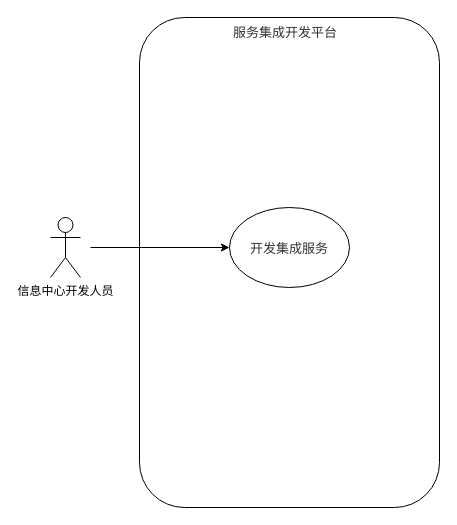
Above: page "第 1 页" (1 of 2) of 未命名绘图.drawio in ing0928/FlowChart (draw.io), before the change. Source tidied: cells renumbered, new cells numbered last; positions are measured from the earlier drawing's top-left corner, leaving out a move shared by most shapes. Both pictures are drawn from the tidied source at 100%, with x=0, y=0 at pixel (50, 17).
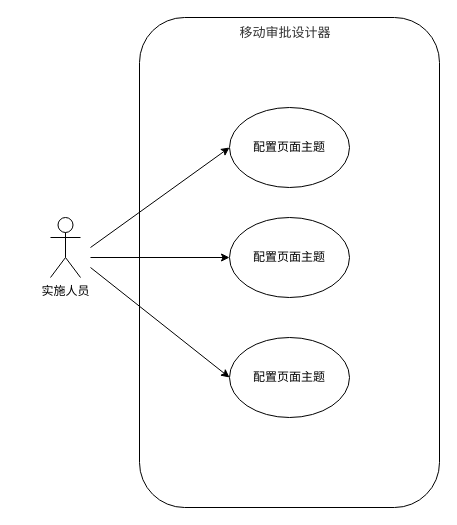
After the change.

Commit message:
移动审批格式支持新主题.drawio

Diff of the diagram source:
```diff
@@
 <mxGraphModel>
   <root>
     <mxCell id="0" />
     <mxCell id="1" parent="0" />
-    <mxCell id="2" value="信息中心开发人员" style="shape=umlActor;verticalLabelPosition=bottom;verticalAlign=top;html=1;" parent="1" vertex="1">
+    <mxCell id="2" value="实施人员" style="shape=umlActor;verticalLabelPosition=bottom;verticalAlign=top;html=1;" parent="1" vertex="1">
       <mxGeometry y="200" width="30" height="60" as="geometry" />
     </mxCell>
     <mxCell id="3" style="rounded=1;whiteSpace=wrap;html=1;" parent="1" vertex="1">
       <mxGeometry x="89" width="300" height="490" as="geometry" />
     </mxCell>
-    <mxCell id="4" value="&#10;&lt;span style=&quot;color: rgb(50, 50, 50); font-family: &amp;quot;Microsoft YaHei&amp;quot;, 微软雅黑, Arial; font-size: 13px; font-style: normal; font-variant-ligatures: normal; font-variant-caps: normal; font-weight: 400; letter-spacing: normal; orphans: 2; text-align: center; text-indent: 0px; text-transform: none; widows: 2; word-spacing: 0px; -webkit-text-stroke-width: 0px; white-space: normal; background-color: rgba(255, 255, 255, 0.01); text-decoration-thickness: initial; text-decoration-style: initial; text-decoration-color: initial; display: inline !important; float: none;&quot;&gt;开发集成服务&lt;/span&gt;&#10;&#10;" style="ellipse;whiteSpace=wrap;html=1;verticalAlign=bottom;" parent="1" vertex="1">
-      <mxGeometry x="179" y="190" width="120" height="80" as="geometry" />
+    <mxCell id="4" value="配置页面主题" style="ellipse;whiteSpace=wrap;html=1;verticalAlign=middle;horizontal=1;" parent="1" vertex="1">
+      <mxGeometry x="179" y="90" width="120" height="80" as="geometry" />
     </mxCell>
-    <mxCell id="5" style="endArrow=classic;html=1;rounded=0;" parent="1" edge="1" target="4">
+    <mxCell id="5" style="endArrow=classic;html=1;rounded=0;entryX=0;entryY=0.5;entryDx=0;entryDy=0;" parent="1" edge="1" target="4">
       <mxGeometry relative="1" as="geometry">
         <mxPoint x="40" y="230" as="sourcePoint" />
       </mxGeometry>
     </mxCell>
-    <mxCell id="6" value="&lt;span style=&quot;color: rgb(50, 50, 50); font-family: &amp;quot;Microsoft YaHei&amp;quot;, 微软雅黑, Arial; font-size: 13px; font-style: normal; font-variant-ligatures: normal; font-variant-caps: normal; font-weight: 400; letter-spacing: normal; orphans: 2; text-indent: 0px; text-transform: none; widows: 2; word-spacing: 0px; -webkit-text-stroke-width: 0px; white-space: normal; background-color: rgba(255, 255, 255, 0.01); text-decoration-thickness: initial; text-decoration-style: initial; text-decoration-color: initial; float: none; display: inline !important;&quot;&gt;服务集成开发平台&lt;/span&gt;" style="text;whiteSpace=wrap;html=1;verticalAlign=middle;align=center;" parent="1" vertex="1">
+    <mxCell id="6" value="&lt;span style=&quot;color: rgb(50, 50, 50); font-family: &amp;quot;Microsoft YaHei&amp;quot;, 微软雅黑, Arial; font-size: 13px; font-style: normal; font-variant-ligatures: normal; font-variant-caps: normal; font-weight: 400; letter-spacing: normal; orphans: 2; text-indent: 0px; text-transform: none; widows: 2; word-spacing: 0px; -webkit-text-stroke-width: 0px; white-space: normal; background-color: rgba(255, 255, 255, 0.01); text-decoration-thickness: initial; text-decoration-style: initial; text-decoration-color: initial; float: none; display: inline !important;&quot;&gt;移动审批设计器&lt;/span&gt;" style="text;whiteSpace=wrap;html=1;verticalAlign=middle;align=center;" parent="1" vertex="1">
       <mxGeometry x="174" width="122" height="30" as="geometry" />
     </mxCell>
+    <mxCell id="7" value="配置页面主题" style="ellipse;whiteSpace=wrap;html=1;verticalAlign=middle;horizontal=1;" parent="1" vertex="1">
+      <mxGeometry x="179" y="200" width="120" height="80" as="geometry" />
+    </mxCell>
+    <mxCell id="8" value="配置页面主题" style="ellipse;whiteSpace=wrap;html=1;verticalAlign=middle;horizontal=1;" parent="1" vertex="1">
+      <mxGeometry x="179" y="320" width="120" height="80" as="geometry" />
+    </mxCell>
+    <mxCell id="9" style="endArrow=classic;html=1;rounded=0;entryX=0;entryY=0.5;entryDx=0;entryDy=0;" parent="1" edge="1" target="7">
+      <mxGeometry relative="1" as="geometry">
+        <mxPoint x="40" y="240" as="sourcePoint" />
+      </mxGeometry>
+    </mxCell>
+    <mxCell id="10" style="endArrow=classic;html=1;rounded=0;entryX=0;entryY=0.5;entryDx=0;entryDy=0;" parent="1" edge="1" target="8">
+      <mxGeometry relative="1" as="geometry">
+        <mxPoint x="40" y="250" as="sourcePoint" />
+      </mxGeometry>
+    </mxCell>
   </root>
 </mxGraphModel>
```
